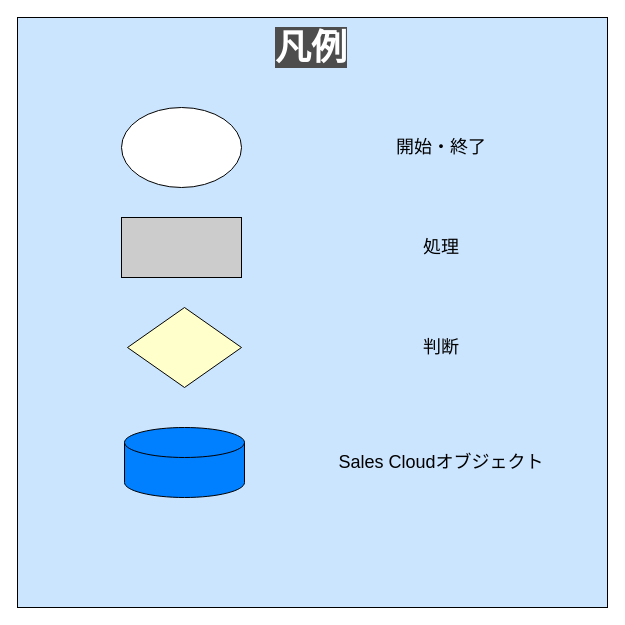
TaikiHorita/TaikiRepository keeps this draw.io diagram as page "凡例" (1 of 6) of 20230622To-Be業務フロー図.drawio. Above is the earlier version. Source tidied: cells renumbered, new cells numbered last; positions are measured from the earlier drawing's top-left corner, leaving out a move shared by most shapes. Both pictures are drawn from the tidied source at 100%, with x=0, y=0 at pixel (17, 17).
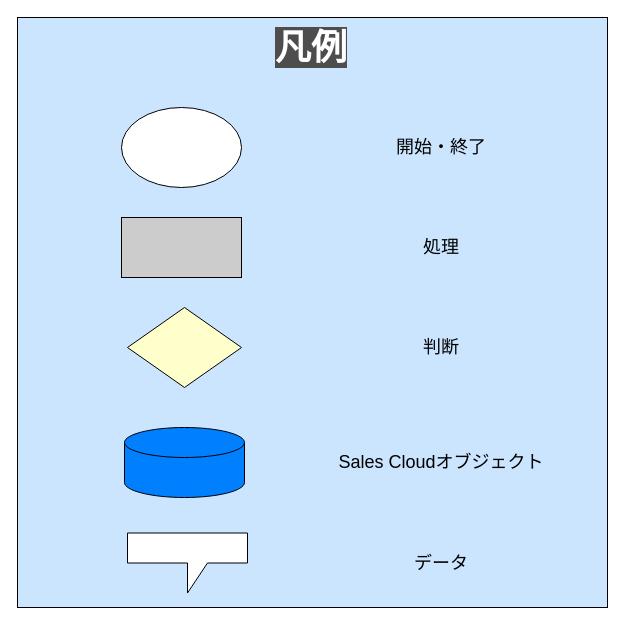
After the change.

Commit message (it also covers changes not shown here):
20230622To-Be業務フロー図.drawio を更新します

Change to the diagram source:
```diff
@@
 <mxGraphModel>
   <root>
     <mxCell id="0" />
     <mxCell id="1" parent="0" />
     <mxCell id="2" value="&lt;p style=&quot;line-height: 120%;&quot;&gt;&lt;br&gt;&lt;/p&gt;" style="whiteSpace=wrap;html=1;fillColor=#CCE5FF;" parent="1" vertex="1">
       <mxGeometry width="590" height="590" as="geometry" />
     </mxCell>
     <mxCell id="3" value="&lt;font color=&quot;#ffffff&quot; style=&quot;font-size: 36px; background-color: rgb(77, 77, 77);&quot;&gt;凡例&lt;/font&gt;" style="text;strokeColor=none;align=center;fillColor=none;html=1;verticalAlign=middle;whiteSpace=wrap;rounded=0;fontStyle=1;horizontal=1;" parent="1" vertex="1">
       <mxGeometry x="224" y="20" width="140" height="20" as="geometry" />
     </mxCell>
     <mxCell id="4" style="ellipse;whiteSpace=wrap;html=1;" parent="1" vertex="1">
       <mxGeometry x="104" y="90" width="120" height="80" as="geometry" />
     </mxCell>
     <mxCell id="5" value="&lt;font style=&quot;font-size: 18px;&quot;&gt;開始・終了&lt;/font&gt;" style="text;strokeColor=none;align=center;fillColor=none;html=1;verticalAlign=middle;whiteSpace=wrap;rounded=0;" parent="1" vertex="1">
       <mxGeometry x="364" y="115" width="120" height="30" as="geometry" />
     </mxCell>
     <mxCell id="6" style="rounded=0;whiteSpace=wrap;html=1;fillColor=#CCCCCC;" parent="1" vertex="1">
       <mxGeometry x="104" y="200" width="120" height="60" as="geometry" />
     </mxCell>
     <mxCell id="7" value="&lt;font style=&quot;font-size: 18px;&quot;&gt;処理&lt;/font&gt;" style="text;strokeColor=none;align=center;fillColor=none;html=1;verticalAlign=middle;whiteSpace=wrap;rounded=0;" parent="1" vertex="1">
       <mxGeometry x="364" y="215" width="120" height="30" as="geometry" />
     </mxCell>
     <mxCell id="8" style="rhombus;whiteSpace=wrap;html=1;fillColor=#FFFFCC;" parent="1" vertex="1">
       <mxGeometry x="110" y="290" width="114" height="80" as="geometry" />
     </mxCell>
     <mxCell id="9" value="&lt;span style=&quot;font-size: 18px;&quot;&gt;判断&lt;/span&gt;" style="text;strokeColor=none;align=center;fillColor=none;html=1;verticalAlign=middle;whiteSpace=wrap;rounded=0;" parent="1" vertex="1">
       <mxGeometry x="364" y="315" width="120" height="30" as="geometry" />
     </mxCell>
     <mxCell id="10" style="shape=cylinder3;whiteSpace=wrap;html=1;boundedLbl=1;backgroundOutline=1;size=15;fillColor=#007FFF;" parent="1" vertex="1">
       <mxGeometry x="107" y="410" width="120" height="70" as="geometry" />
     </mxCell>
     <mxCell id="11" value="&lt;span style=&quot;font-size: 18px;&quot;&gt;Sales Cloudオブジェクト&lt;/span&gt;" style="text;strokeColor=none;align=center;fillColor=none;html=1;verticalAlign=middle;whiteSpace=wrap;rounded=0;" parent="1" vertex="1">
       <mxGeometry x="311" y="430" width="226" height="30" as="geometry" />
     </mxCell>
+    <mxCell id="12" style="shape=callout;whiteSpace=wrap;html=1;perimeter=calloutPerimeter;base=20;" parent="1" vertex="1">
+      <mxGeometry x="110" y="515.5" width="120" height="60" as="geometry" />
+    </mxCell>
+    <mxCell id="13" value="&lt;span style=&quot;font-size: 18px;&quot;&gt;データ&lt;/span&gt;" style="text;strokeColor=none;align=center;fillColor=none;html=1;verticalAlign=middle;whiteSpace=wrap;rounded=0;" parent="1" vertex="1">
+      <mxGeometry x="311" y="530.5" width="226" height="30" as="geometry" />
+    </mxCell>
   </root>
 </mxGraphModel>
```
